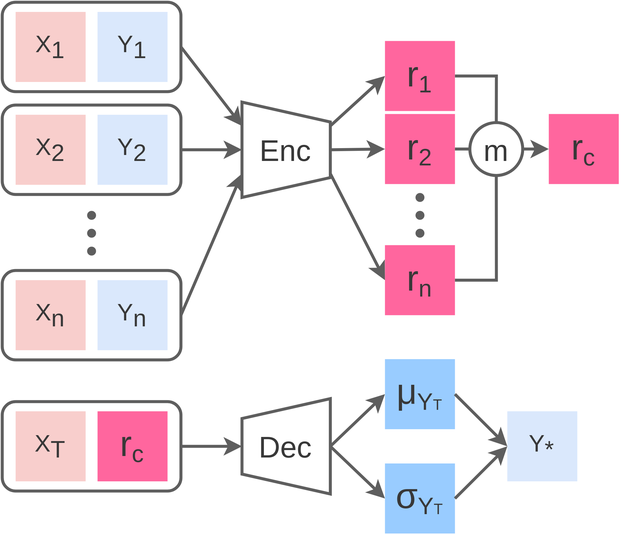
toonnyy8/PPT keeps this draw.io diagram as neural_process/CNPs.png. Above is the earlier version. Source tidied: cells renumbered, new cells last; positions are measured from the earlier drawing's top-left corner, leaving out a move shared by most shapes.
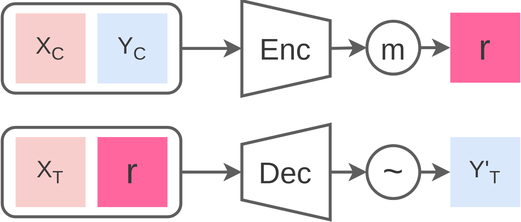
Above is the later version.

Diff of the diagram source:
```diff
@@ -2,173 +2,83 @@
   <root>
     <mxCell id="0" />
     <mxCell id="1" parent="0" />
-    <mxCell id="2" style="group;" parent="1" vertex="1">
-      <mxGeometry width="414" height="356.5" as="geometry" />
+    <mxCell id="2" value="&lt;font style=&quot;font-size: 20px&quot;&gt;m&lt;/font&gt;" style="ellipse;whiteSpace=wrap;html=1;fontSize=24;fontColor=#383838;strokeColor=#5E5E5E;strokeWidth=2;fillColor=none;" parent="1" vertex="1">
+      <mxGeometry width="35.5" height="35.5" as="geometry" />
     </mxCell>
-    <mxCell id="3" style="group;strokeWidth=1;fontColor=#383838;" parent="2" vertex="1">
-      <mxGeometry x="40" y="123" width="40" height="64" as="geometry" />
+    <mxCell id="3" value="&lt;font style=&quot;font-size: 24px&quot;&gt;r&lt;/font&gt;" style="whiteSpace=wrap;html=1;strokeColor=none;strokeWidth=2;fillColor=#FF669E;fontSize=16;fontColor=#383838;" parent="1" vertex="1">
+      <mxGeometry x="56" y="-5.8" width="47" height="47" as="geometry" />
     </mxCell>
-    <mxCell id="4" style="shape=waypoint;sketch=0;fillStyle=solid;size=6;fillColor=none;perimeter=centerPerimeter;fontSize=16;strokeColor=#5E5E5E;strokeWidth=1;fontColor=#383838;" parent="3" vertex="1">
-      <mxGeometry width="40" height="40" as="geometry" />
+    <mxCell id="4" style="edgeStyle=orthogonalEdgeStyle;rounded=0;jettySize=auto;html=1;exitX=1;exitY=0.5;exitDx=0;exitDy=0;entryX=0;entryY=0.5;entryDx=0;entryDy=0;fontSize=20;fontColor=#383838;endArrow=classic;endFill=1;strokeColor=#5E5E5E;strokeWidth=2;" parent="1" edge="1" source="2" target="3">
+      <mxGeometry relative="1" as="geometry" />
     </mxCell>
-    <mxCell id="5" style="shape=waypoint;sketch=0;fillStyle=solid;size=6;fillColor=none;perimeter=centerPerimeter;fontSize=16;strokeColor=#5E5E5E;strokeWidth=1;fontColor=#383838;" parent="3" vertex="1">
-      <mxGeometry y="12" width="40" height="40" as="geometry" />
+    <mxCell id="5" style="group;" parent="1" vertex="1">
+      <mxGeometry x="-84" y="-13.8" width="59.3" height="64" as="geometry" />
     </mxCell>
-    <mxCell id="6" style="shape=waypoint;sketch=0;fillStyle=solid;size=6;points=[];fillColor=none;perimeter=centerPerimeter;snapToPoint=1;fontSize=16;strokeColor=#5E5E5E;strokeWidth=1;fontColor=#383838;" parent="3" vertex="1">
-      <mxGeometry y="24" width="40" height="40" as="geometry" />
+    <mxCell id="6" style="shape=trapezoid;perimeter=trapezoidPerimeter;whiteSpace=wrap;html=1;fixedSize=1;labelBackgroundColor=none;fontSize=24;fontColor=#383838;strokeColor=#5E5E5E;strokeWidth=2;fillColor=none;rotation=90;size=13.330000000000041;" parent="5" vertex="1">
+      <mxGeometry x="-2.3" y="2.3" width="64" height="59.3" as="geometry" />
     </mxCell>
-    <mxCell id="7" value="&lt;font style=&quot;font-size: 24px&quot;&gt;r&lt;/font&gt;&lt;sub style=&quot;font-size: 16px&quot;&gt;n&lt;/sub&gt;" style="whiteSpace=wrap;html=1;strokeColor=none;strokeWidth=2;fillColor=#FF669E;fontSize=16;fontColor=#383838;" parent="2" vertex="1">
-      <mxGeometry x="257" y="163" width="47" height="47" as="geometry" />
+    <mxCell id="7" style="group;fontColor=#383838;strokeColor=none;" parent="5" vertex="1">
+      <mxGeometry x="3.1" y="18" width="53.1" height="28" as="geometry" />
     </mxCell>
-    <mxCell id="8" value="&lt;font style=&quot;font-size: 24px&quot;&gt;r&lt;/font&gt;&lt;sub style=&quot;font-size: 16px&quot;&gt;2&lt;/sub&gt;" style="whiteSpace=wrap;html=1;strokeColor=none;strokeWidth=2;fillColor=#FF669E;fontSize=16;fontColor=#383838;" parent="2" vertex="1">
-      <mxGeometry x="257" y="75" width="47" height="47" as="geometry" />
+    <mxCell id="8" value="&lt;font style=&quot;font-size: 20px&quot;&gt;Enc&lt;/font&gt;" style="rounded=1;whiteSpace=wrap;html=1;strokeColor=none;strokeWidth=2;fontSize=16;fontColor=#383838;fillColor=none;" parent="7" vertex="1">
+      <mxGeometry width="53.1" height="28" as="geometry" />
     </mxCell>
-    <mxCell id="9" value="&lt;font style=&quot;font-size: 24px&quot;&gt;r&lt;/font&gt;&lt;sub style=&quot;font-size: 16px&quot;&gt;1&lt;/sub&gt;" style="whiteSpace=wrap;html=1;strokeColor=none;strokeWidth=2;fillColor=#FF669E;fontSize=16;fontColor=#383838;" parent="2" vertex="1">
-      <mxGeometry x="257" y="26" width="47" height="47" as="geometry" />
+    <mxCell id="9" style="rounded=0;jettySize=auto;html=1;exitX=0.5;exitY=0;exitDx=0;exitDy=0;fontSize=24;fontColor=#383838;strokeColor=#5E5E5E;strokeWidth=2;" parent="1" edge="1" source="6" target="2">
+      <mxGeometry relative="1" as="geometry" />
     </mxCell>
-    <mxCell id="10" style="group;strokeWidth=1;fontColor=#383838;" parent="2" vertex="1">
-      <mxGeometry x="260.5" y="111" width="40" height="64" as="geometry" />
+    <mxCell id="10" style="rounded=0;jettySize=auto;html=1;exitX=0.5;exitY=1;exitDx=0;exitDy=0;entryX=0;entryY=0.5;entryDx=0;entryDy=0;fontSize=24;fontColor=#383838;endArrow=classic;endFill=1;strokeColor=#5E5E5E;strokeWidth=2;" parent="1" edge="1" source="25" target="23">
+      <mxGeometry relative="1" as="geometry" />
     </mxCell>
-    <mxCell id="11" style="shape=waypoint;sketch=0;fillStyle=solid;size=6;points=[];fillColor=none;perimeter=centerPerimeter;snapToPoint=1;fontSize=16;strokeColor=#5E5E5E;strokeWidth=1;fontColor=#383838;" parent="10" vertex="1">
-      <mxGeometry width="40" height="40" as="geometry" />
+    <mxCell id="11" value="Y'&lt;sub&gt;&lt;font style=&quot;font-size: 12px&quot;&gt;T&lt;/font&gt;&lt;/sub&gt;" style="whiteSpace=wrap;html=1;strokeColor=none;strokeWidth=2;fillColor=#dae8fc;fontSize=16;fontColor=#383838;" parent="1" vertex="1">
+      <mxGeometry x="56" y="77.7" width="47" height="47" as="geometry" />
     </mxCell>
-    <mxCell id="12" style="shape=waypoint;sketch=0;fillStyle=solid;size=6;fillColor=none;perimeter=centerPerimeter;fontSize=16;strokeColor=#5E5E5E;strokeWidth=1;fontColor=#383838;" parent="10" vertex="1">
-      <mxGeometry y="12" width="40" height="40" as="geometry" />
+    <mxCell id="12" style="rounded=0;jettySize=auto;html=1;exitX=1;exitY=0.5;exitDx=0;exitDy=0;entryX=0;entryY=0.5;entryDx=0;entryDy=0;fontSize=24;fontColor=#383838;endArrow=classic;endFill=1;strokeColor=#5E5E5E;strokeWidth=2;" parent="1" edge="1" source="23" target="11">
+      <mxGeometry relative="1" as="geometry" />
     </mxCell>
-    <mxCell id="13" style="shape=waypoint;sketch=0;fillStyle=solid;size=6;points=[];fillColor=none;perimeter=centerPerimeter;snapToPoint=1;fontSize=16;strokeColor=#5E5E5E;strokeWidth=1;fontColor=#383838;" parent="10" vertex="1">
-      <mxGeometry y="24" width="40" height="40" as="geometry" />
+    <mxCell id="13" style="rounded=1;whiteSpace=wrap;html=1;strokeColor=#5E5E5E;strokeWidth=2;fontSize=16;fontColor=#383838;fillColor=none;" parent="1" vertex="1">
+      <mxGeometry x="-245" y="71.2" width="120" height="60" as="geometry" />
     </mxCell>
-    <mxCell id="14" value="&lt;font style=&quot;font-size: 20px&quot;&gt;m&lt;/font&gt;" style="ellipse;whiteSpace=wrap;html=1;fontSize=24;fontColor=#383838;strokeColor=#5E5E5E;strokeWidth=2;fillColor=none;" parent="2" vertex="1">
-      <mxGeometry x="314" y="80.8" width="35.5" height="35.5" as="geometry" />
+    <mxCell id="14" style="rounded=0;jettySize=auto;html=1;exitX=1;exitY=0.5;exitDx=0;exitDy=0;entryX=0.5;entryY=0;entryDx=0;entryDy=0;fontSize=20;fontColor=#383838;endArrow=classic;endFill=1;strokeColor=#5E5E5E;strokeWidth=2;" parent="1" edge="1" source="13" target="25">
+      <mxGeometry relative="1" as="geometry" />
     </mxCell>
-    <mxCell id="15" style="edgeStyle=orthogonalEdgeStyle;rounded=0;jettySize=auto;html=1;exitX=1;exitY=0.5;exitDx=0;exitDy=0;entryX=0.5;entryY=1;entryDx=0;entryDy=0;fontSize=20;fontColor=#383838;endArrow=none;endFill=0;strokeColor=#5E5E5E;strokeWidth=2;" parent="2" edge="1" source="7" target="14">
-      <mxGeometry relative="1" as="geometry" />
+    <mxCell id="15" style="group;fillColor=none;" parent="1" vertex="1">
+      <mxGeometry x="-236" y="77.7" width="102" height="47" as="geometry" />
     </mxCell>
-    <mxCell id="16" style="edgeStyle=orthogonalEdgeStyle;rounded=0;jettySize=auto;html=1;exitX=1;exitY=0.5;exitDx=0;exitDy=0;entryX=0;entryY=0.5;entryDx=0;entryDy=0;fontSize=20;fontColor=#383838;strokeColor=#5E5E5E;strokeWidth=2;endArrow=none;endFill=0;" parent="2" edge="1" source="8" target="14">
-      <mxGeometry relative="1" as="geometry" />
+    <mxCell id="16" value="X&lt;sub&gt;&lt;font style=&quot;font-size: 12px&quot;&gt;T&lt;/font&gt;&lt;/sub&gt;" style="whiteSpace=wrap;html=1;strokeColor=none;strokeWidth=2;fillColor=#f8cecc;fontSize=16;fontColor=#383838;" parent="15" vertex="1">
+      <mxGeometry width="47" height="47" as="geometry" />
     </mxCell>
-    <mxCell id="17" style="edgeStyle=orthogonalEdgeStyle;rounded=0;jettySize=auto;html=1;exitX=1;exitY=0.5;exitDx=0;exitDy=0;entryX=0.5;entryY=0;entryDx=0;entryDy=0;fontSize=20;fontColor=#383838;strokeColor=#5E5E5E;strokeWidth=2;endArrow=none;endFill=0;" parent="2" edge="1" source="9" target="14">
-      <mxGeometry relative="1" as="geometry" />
+    <mxCell id="17" value="&lt;font style=&quot;font-size: 24px&quot;&gt;r&lt;/font&gt;" style="whiteSpace=wrap;html=1;strokeColor=none;strokeWidth=2;fillColor=#FF669E;fontSize=16;fontColor=#383838;" parent="15" vertex="1">
+      <mxGeometry x="55" width="47" height="47" as="geometry" />
     </mxCell>
-    <mxCell id="18" value="&lt;font style=&quot;font-size: 24px&quot;&gt;r&lt;/font&gt;&lt;sub style=&quot;font-size: 16px&quot;&gt;c&lt;/sub&gt;" style="whiteSpace=wrap;html=1;strokeColor=none;strokeWidth=2;fillColor=#FF669E;fontSize=16;fontColor=#383838;" parent="2" vertex="1">
-      <mxGeometry x="367" y="75" width="47" height="47" as="geometry" />
+    <mxCell id="18" style="rounded=1;whiteSpace=wrap;html=1;strokeColor=#5E5E5E;strokeWidth=2;fontSize=16;fontColor=#383838;fillColor=none;" parent="1" vertex="1">
+      <mxGeometry x="-245" y="-11.8" width="120" height="60" as="geometry" />
     </mxCell>
-    <mxCell id="19" style="edgeStyle=orthogonalEdgeStyle;rounded=0;jettySize=auto;html=1;exitX=1;exitY=0.5;exitDx=0;exitDy=0;entryX=0;entryY=0.5;entryDx=0;entryDy=0;fontSize=20;fontColor=#383838;endArrow=classic;endFill=1;strokeColor=#5E5E5E;strokeWidth=2;" parent="2" edge="1" source="14" target="18">
-      <mxGeometry relative="1" as="geometry" />
+    <mxCell id="19" style="group;fontSize=16;fontColor=#383838;fillColor=none;" parent="1" vertex="1">
+      <mxGeometry x="-236" y="-5.3" width="102" height="47" as="geometry" />
     </mxCell>
-    <mxCell id="20" style="group;" parent="2" vertex="1">
-      <mxGeometry x="161" y="67" width="59.3" height="64" as="geometry" />
+    <mxCell id="20" value="X&lt;sub&gt;&lt;font style=&quot;font-size: 12px&quot;&gt;C&lt;/font&gt;&lt;/sub&gt;" style="whiteSpace=wrap;html=1;strokeColor=none;strokeWidth=2;fillColor=#f8cecc;fontSize=16;fontColor=#383838;" parent="19" vertex="1">
+      <mxGeometry width="47" height="47" as="geometry" />
     </mxCell>
-    <mxCell id="21" style="shape=trapezoid;perimeter=trapezoidPerimeter;whiteSpace=wrap;html=1;fixedSize=1;labelBackgroundColor=none;fontSize=24;fontColor=#383838;strokeColor=#5E5E5E;strokeWidth=2;fillColor=none;rotation=90;size=13.330000000000041;" parent="20" vertex="1">
-      <mxGeometry x="-2.3" y="2.3" width="64" height="59.3" as="geometry" />
+    <mxCell id="21" value="Y&lt;sub&gt;&lt;font style=&quot;font-size: 12px&quot;&gt;C&lt;/font&gt;&lt;/sub&gt;" style="whiteSpace=wrap;html=1;strokeColor=none;strokeWidth=2;fillColor=#dae8fc;fontSize=16;fontColor=#383838;" parent="19" vertex="1">
+      <mxGeometry x="55" width="47" height="47" as="geometry" />
     </mxCell>
-    <mxCell id="22" style="group;fontColor=#383838;strokeColor=none;" parent="20" vertex="1">
-      <mxGeometry x="3.1" y="18" width="53.1" height="28" as="geometry" />
+    <mxCell id="22" style="rounded=0;jettySize=auto;html=1;exitX=1;exitY=0.5;exitDx=0;exitDy=0;entryX=0.5;entryY=1;entryDx=0;entryDy=0;fontSize=22;fontColor=#383838;strokeColor=#5E5E5E;strokeWidth=2;" parent="1" edge="1" source="18" target="6">
+      <mxGeometry relative="1" as="geometry" />
     </mxCell>
-    <mxCell id="23" value="&lt;font style=&quot;font-size: 20px&quot;&gt;Enc&lt;/font&gt;" style="rounded=1;whiteSpace=wrap;html=1;strokeColor=none;strokeWidth=2;fontSize=16;fontColor=#383838;fillColor=none;" parent="22" vertex="1">
-      <mxGeometry width="53.1" height="28" as="geometry" />
+    <mxCell id="23" value="&lt;font style=&quot;font-size: 24px&quot;&gt;~&lt;/font&gt;" style="ellipse;whiteSpace=wrap;html=1;fontSize=24;fontColor=#383838;strokeColor=#5E5E5E;strokeWidth=2;fillColor=none;" parent="1" vertex="1">
+      <mxGeometry y="83.5" width="35.5" height="35.5" as="geometry" />
     </mxCell>
-    <mxCell id="24" style="rounded=0;jettySize=auto;html=1;exitX=0.75;exitY=0;exitDx=0;exitDy=0;entryX=0;entryY=0.5;entryDx=0;entryDy=0;fontSize=24;fontColor=#383838;strokeColor=#5E5E5E;strokeWidth=2;" parent="2" edge="1" source="21" target="7">
-      <mxGeometry relative="1" as="geometry" />
+    <mxCell id="24" style="group;" parent="1" vertex="1">
+      <mxGeometry x="-84" y="69.2" width="59.3" height="64" as="geometry" />
     </mxCell>
-    <mxCell id="25" style="rounded=0;jettySize=auto;html=1;exitX=0.5;exitY=0;exitDx=0;exitDy=0;entryX=0;entryY=0.5;entryDx=0;entryDy=0;fontSize=24;fontColor=#383838;strokeColor=#5E5E5E;strokeWidth=2;" parent="2" edge="1" source="21" target="8">
-      <mxGeometry relative="1" as="geometry" />
+    <mxCell id="25" style="shape=trapezoid;perimeter=trapezoidPerimeter;whiteSpace=wrap;html=1;fixedSize=1;labelBackgroundColor=none;fontSize=24;fontColor=#383838;strokeColor=#5E5E5E;strokeWidth=2;fillColor=none;rotation=-90;size=13.330000000000041;" parent="24" vertex="1">
+      <mxGeometry x="-2.3" y="2.3" width="64" height="59.3" as="geometry" />
     </mxCell>
-    <mxCell id="26" style="rounded=0;jettySize=auto;html=1;entryX=0;entryY=0.5;entryDx=0;entryDy=0;fontSize=24;fontColor=#383838;strokeColor=#5E5E5E;strokeWidth=2;exitX=0.25;exitY=0;exitDx=0;exitDy=0;" parent="2" edge="1" source="21" target="9">
-      <mxGeometry relative="1" as="geometry" />
+    <mxCell id="26" style="group;fontColor=#383838;strokeColor=none;" parent="24" vertex="1">
+      <mxGeometry x="3.1" y="18" width="53.1" height="28" as="geometry" />
     </mxCell>
-    <mxCell id="27" style="group;" parent="2" vertex="1">
-      <mxGeometry x="257" y="239.5" width="47" height="117" as="geometry" />
+    <mxCell id="27" value="&lt;font style=&quot;font-size: 20px&quot;&gt;Dec&lt;/font&gt;" style="rounded=1;whiteSpace=wrap;html=1;strokeColor=none;strokeWidth=2;fontSize=16;fontColor=#383838;fillColor=none;" parent="26" vertex="1">
+      <mxGeometry width="53.1" height="28" as="geometry" />
     </mxCell>
-    <mxCell id="28" value="&lt;span style=&quot;font-family: sans-serif;&quot;&gt;&lt;font style=&quot;font-size: 24px&quot;&gt;μ&lt;/font&gt;&lt;/span&gt;&lt;sub style=&quot;font-size: 16px&quot;&gt;Y&lt;/sub&gt;&lt;sub&gt;&lt;font style=&quot;font-size: 10px&quot;&gt;T&lt;/font&gt;&lt;/sub&gt;" style="whiteSpace=wrap;html=1;strokeColor=none;strokeWidth=2;fillColor=#99CCFF;fontSize=16;fontColor=#383838;" parent="27" vertex="1">
-      <mxGeometry width="47" height="47" as="geometry" />
-    </mxCell>
-    <mxCell id="29" value="&lt;span style=&quot;font-family: &amp;quot;arial&amp;quot; , sans-serif ; text-align: left&quot;&gt;&lt;font style=&quot;font-size: 24px&quot;&gt;σ&lt;/font&gt;&lt;/span&gt;&lt;sub style=&quot;font-size: 16px&quot;&gt;Y&lt;/sub&gt;&lt;sub&gt;&lt;font style=&quot;font-size: 10px&quot;&gt;T&lt;/font&gt;&lt;/sub&gt;" style="whiteSpace=wrap;html=1;strokeColor=none;strokeWidth=2;fillColor=#99CCFF;fontSize=16;fontColor=#383838;" parent="27" vertex="1">
-      <mxGeometry y="70" width="47" height="47" as="geometry" />
-    </mxCell>
-    <mxCell id="30" style="rounded=0;jettySize=auto;html=1;exitX=0.5;exitY=1;exitDx=0;exitDy=0;entryX=0;entryY=0.5;entryDx=0;entryDy=0;fontSize=24;fontColor=#383838;endArrow=classic;endFill=1;strokeColor=#5E5E5E;strokeWidth=2;" parent="2" edge="1" source="35" target="28">
-      <mxGeometry relative="1" as="geometry" />
-    </mxCell>
-    <mxCell id="31" style="edgeStyle=none;rounded=0;jettySize=auto;html=1;exitX=0.5;exitY=1;exitDx=0;exitDy=0;entryX=0;entryY=0.5;entryDx=0;entryDy=0;fontSize=24;fontColor=#383838;endArrow=classic;endFill=1;strokeColor=#5E5E5E;strokeWidth=2;" parent="2" edge="1" source="35" target="29">
-      <mxGeometry relative="1" as="geometry" />
-    </mxCell>
-    <mxCell id="32" value="Y&lt;sub style=&quot;font-size: 16px&quot;&gt;*&lt;/sub&gt;" style="whiteSpace=wrap;html=1;strokeColor=none;strokeWidth=2;fillColor=#dae8fc;fontSize=16;fontColor=#383838;" parent="2" vertex="1">
-      <mxGeometry x="339.2" y="274.5" width="47" height="47" as="geometry" />
-    </mxCell>
-    <mxCell id="33" style="rounded=0;jettySize=auto;html=1;exitX=1;exitY=0.5;exitDx=0;exitDy=0;entryX=0;entryY=0.5;entryDx=0;entryDy=0;fontSize=24;fontColor=#383838;endArrow=classic;endFill=1;strokeColor=#5E5E5E;strokeWidth=2;" parent="2" edge="1" source="28" target="32">
-      <mxGeometry relative="1" as="geometry" />
-    </mxCell>
-    <mxCell id="34" style="rounded=0;jettySize=auto;html=1;exitX=1;exitY=0.5;exitDx=0;exitDy=0;entryX=0;entryY=0.5;entryDx=0;entryDy=0;fontSize=24;fontColor=#383838;endArrow=classic;endFill=1;strokeColor=#5E5E5E;strokeWidth=2;" parent="2" edge="1" source="29" target="32">
-      <mxGeometry relative="1" as="geometry" />
-    </mxCell>
-    <mxCell id="35" style="shape=trapezoid;perimeter=trapezoidPerimeter;whiteSpace=wrap;html=1;fixedSize=1;labelBackgroundColor=none;fontSize=24;fontColor=#383838;strokeColor=#5E5E5E;strokeWidth=2;fillColor=none;rotation=-90;size=13.330000000000041;" parent="2" vertex="1">
-      <mxGeometry x="158.7" y="268.3" width="64" height="59.3" as="geometry" />
-    </mxCell>
-    <mxCell id="36" style="group;fontColor=#383838;strokeColor=none;" parent="2" vertex="1">
-      <mxGeometry x="164.1" y="284" width="53.1" height="28" as="geometry" />
-    </mxCell>
-    <mxCell id="37" value="&lt;font style=&quot;font-size: 20px&quot;&gt;Dec&lt;/font&gt;" style="rounded=1;whiteSpace=wrap;html=1;strokeColor=none;strokeWidth=2;fontSize=16;fontColor=#383838;fillColor=none;" parent="36" vertex="1">
-      <mxGeometry width="53.1" height="28" as="geometry" />
-    </mxCell>
-    <mxCell id="38" style="rounded=1;whiteSpace=wrap;html=1;strokeColor=#5E5E5E;strokeWidth=2;fontSize=16;fontColor=#383838;fillColor=none;" parent="2" vertex="1">
-      <mxGeometry y="268" width="120" height="60" as="geometry" />
-    </mxCell>
-    <mxCell id="39" style="rounded=0;jettySize=auto;html=1;exitX=1;exitY=0.5;exitDx=0;exitDy=0;entryX=0.5;entryY=0;entryDx=0;entryDy=0;fontSize=20;fontColor=#383838;endArrow=classic;endFill=1;strokeColor=#5E5E5E;strokeWidth=2;" parent="2" edge="1" source="38" target="35">
-      <mxGeometry relative="1" as="geometry" />
-    </mxCell>
-    <mxCell id="40" style="group;fillColor=none;" parent="2" vertex="1">
-      <mxGeometry x="9" y="274.5" width="102" height="47" as="geometry" />
-    </mxCell>
-    <mxCell id="41" value="X&lt;sub style=&quot;font-size: 16px&quot;&gt;T&lt;/sub&gt;" style="whiteSpace=wrap;html=1;strokeColor=none;strokeWidth=2;fillColor=#f8cecc;fontSize=16;fontColor=#383838;" parent="40" vertex="1">
-      <mxGeometry width="47" height="47" as="geometry" />
-    </mxCell>
-    <mxCell id="42" value="&lt;font style=&quot;font-size: 24px&quot;&gt;r&lt;/font&gt;&lt;sub style=&quot;font-size: 16px&quot;&gt;c&lt;/sub&gt;" style="whiteSpace=wrap;html=1;strokeColor=none;strokeWidth=2;fillColor=#FF669E;fontSize=16;fontColor=#383838;" parent="40" vertex="1">
-      <mxGeometry x="55" width="47" height="47" as="geometry" />
-    </mxCell>
-    <mxCell id="43" style="rounded=1;whiteSpace=wrap;html=1;strokeColor=#5E5E5E;strokeWidth=2;fontSize=16;fontColor=#383838;fillColor=none;" parent="2" vertex="1">
-      <mxGeometry y="180" width="120" height="60" as="geometry" />
-    </mxCell>
-    <mxCell id="44" style="rounded=0;jettySize=auto;html=1;exitX=1;exitY=0.5;exitDx=0;exitDy=0;fontSize=22;fontColor=#383838;strokeColor=#5E5E5E;strokeWidth=2;entryX=0.75;entryY=1;entryDx=0;entryDy=0;" parent="2" edge="1" source="43" target="21">
-      <mxGeometry relative="1" as="geometry" />
-    </mxCell>
-    <mxCell id="45" style="group;fontSize=16;fontColor=#383838;fillColor=none;" parent="2" vertex="1">
-      <mxGeometry x="9" y="186.5" width="102" height="47" as="geometry" />
-    </mxCell>
-    <mxCell id="46" value="X&lt;sub style=&quot;font-size: 16px&quot;&gt;n&lt;/sub&gt;" style="whiteSpace=wrap;html=1;strokeColor=none;strokeWidth=2;fillColor=#f8cecc;fontSize=16;fontColor=#383838;" parent="45" vertex="1">
-      <mxGeometry width="47" height="47" as="geometry" />
-    </mxCell>
-    <mxCell id="47" value="Y&lt;sub style=&quot;font-size: 16px&quot;&gt;n&lt;/sub&gt;" style="whiteSpace=wrap;html=1;strokeColor=none;strokeWidth=2;fillColor=#dae8fc;fontSize=16;fontColor=#383838;" parent="45" vertex="1">
-      <mxGeometry x="55" width="47" height="47" as="geometry" />
-    </mxCell>
-    <mxCell id="48" style="rounded=1;whiteSpace=wrap;html=1;strokeColor=#5E5E5E;strokeWidth=2;fontSize=16;fontColor=#383838;fillColor=none;" parent="2" vertex="1">
-      <mxGeometry y="69" width="120" height="60" as="geometry" />
-    </mxCell>
-    <mxCell id="49" style="group;fontSize=16;fontColor=#383838;fillColor=none;" parent="2" vertex="1">
-      <mxGeometry x="9" y="75.5" width="102" height="47" as="geometry" />
-    </mxCell>
-    <mxCell id="50" value="X&lt;sub style=&quot;font-size: 16px&quot;&gt;2&lt;/sub&gt;" style="whiteSpace=wrap;html=1;strokeColor=none;strokeWidth=2;fillColor=#f8cecc;fontSize=16;fontColor=#383838;" parent="49" vertex="1">
-      <mxGeometry width="47" height="47" as="geometry" />
-    </mxCell>
-    <mxCell id="51" value="Y&lt;sub style=&quot;font-size: 16px&quot;&gt;2&lt;/sub&gt;" style="whiteSpace=wrap;html=1;strokeColor=none;strokeWidth=2;fillColor=#dae8fc;fontSize=16;fontColor=#383838;" parent="49" vertex="1">
-      <mxGeometry x="55" width="47" height="47" as="geometry" />
-    </mxCell>
-    <mxCell id="52" style="rounded=1;whiteSpace=wrap;html=1;strokeColor=#5E5E5E;strokeWidth=2;fontSize=16;fontColor=#383838;fillColor=none;" parent="2" vertex="1">
-      <mxGeometry width="120" height="60" as="geometry" />
-    </mxCell>
-    <mxCell id="53" style="group;fontSize=16;fontColor=#383838;fillColor=none;" parent="2" vertex="1">
-      <mxGeometry x="9" y="6.5" width="102" height="47" as="geometry" />
-    </mxCell>
-    <mxCell id="54" value="X&lt;sub style=&quot;font-size: 16px;&quot;&gt;1&lt;/sub&gt;" style="whiteSpace=wrap;html=1;strokeColor=none;strokeWidth=2;fillColor=#f8cecc;fontSize=16;fontColor=#383838;" parent="53" vertex="1">
-      <mxGeometry width="47" height="47" as="geometry" />
-    </mxCell>
-    <mxCell id="55" value="Y&lt;sub style=&quot;font-size: 16px;&quot;&gt;1&lt;/sub&gt;" style="whiteSpace=wrap;html=1;strokeColor=none;strokeWidth=2;fillColor=#dae8fc;fontSize=16;fontColor=#383838;" parent="53" vertex="1">
-      <mxGeometry x="55" width="47" height="47" as="geometry" />
-    </mxCell>
-    <mxCell id="56" style="rounded=0;jettySize=auto;html=1;exitX=1;exitY=0.5;exitDx=0;exitDy=0;entryX=0.5;entryY=1;entryDx=0;entryDy=0;fontSize=22;fontColor=#383838;strokeColor=#5E5E5E;strokeWidth=2;" parent="2" edge="1" source="48" target="21">
-      <mxGeometry relative="1" as="geometry" />
-    </mxCell>
-    <mxCell id="57" style="rounded=0;jettySize=auto;html=1;exitX=1;exitY=0.5;exitDx=0;exitDy=0;entryX=0.25;entryY=1;entryDx=0;entryDy=0;fontSize=22;fontColor=#383838;strokeColor=#5E5E5E;strokeWidth=2;" parent="2" edge="1" source="52" target="21">
-      <mxGeometry relative="1" as="geometry" />
-    </mxCell>
   </root>
 </mxGraphModel>
```
